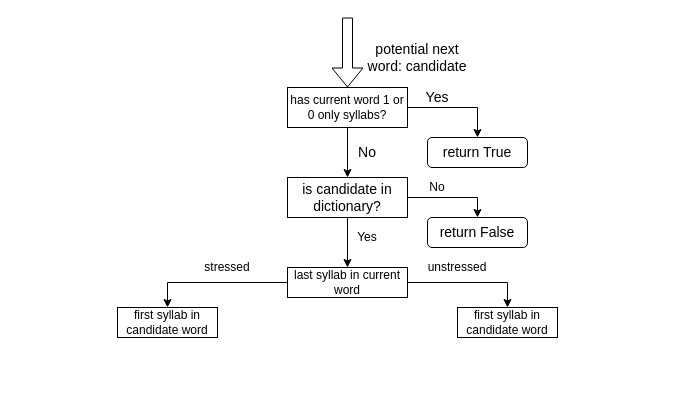
This is rhyme func diagram.drawio from Vantral/Stikhi-pirogi, a draw.io file, before an edit. Source tidied: cells renumbered, new cells numbered last; positions are measured from the earlier drawing's top-left corner, leaving out a move shared by most shapes. Both pictures are drawn from the tidied source at 100%, with x=0, y=0 at pixel (117, 17).
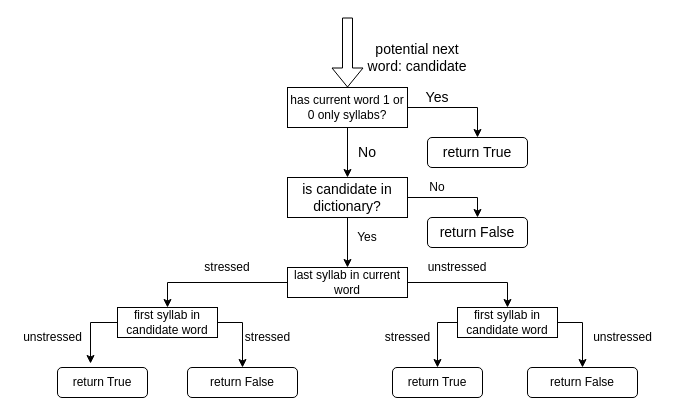
After the change.

Unchanged cells that the change refers to:
```xml
<mxCell id="20" value="first syllab in candidate word" style="rounded=0;whiteSpace=wrap;html=1;" parent="1" vertex="1">
  <mxGeometry y="290" width="100" height="30" as="geometry" />
</mxCell>
<mxCell id="22" value="first syllab in candidate word" style="rounded=0;whiteSpace=wrap;html=1;" parent="1" vertex="1">
  <mxGeometry x="340" y="290" width="100" height="30" as="geometry" />
</mxCell>
```

What changed in the source:
```diff
@@
+    <mxCell id="24" style="edgeStyle=orthogonalEdgeStyle;rounded=0;jettySize=auto;html=1;exitX=0;exitY=0.5;exitDx=0;exitDy=0;entryX=0.367;entryY=-0.133;entryDx=0;entryDy=0;entryPerimeter=0;" parent="1" edge="1" source="20" target="28">
+      <mxGeometry relative="1" as="geometry" />
+    </mxCell>
+    <mxCell id="25" style="edgeStyle=orthogonalEdgeStyle;rounded=0;jettySize=auto;html=1;exitX=1;exitY=0.5;exitDx=0;exitDy=0;entryX=0.5;entryY=0;entryDx=0;entryDy=0;" parent="1" edge="1" source="20" target="29">
+      <mxGeometry relative="1" as="geometry" />
+    </mxCell>
@@
+    <mxCell id="26" style="edgeStyle=orthogonalEdgeStyle;rounded=0;jettySize=auto;html=1;exitX=0;exitY=0.5;exitDx=0;exitDy=0;entryX=0.5;entryY=0;entryDx=0;entryDy=0;" parent="1" edge="1" source="22" target="32">
+      <mxGeometry relative="1" as="geometry" />
+    </mxCell>
+    <mxCell id="27" style="edgeStyle=orthogonalEdgeStyle;rounded=0;jettySize=auto;html=1;exitX=1;exitY=0.5;exitDx=0;exitDy=0;entryX=0.5;entryY=0;entryDx=0;entryDy=0;" parent="1" edge="1" source="22" target="33">
+      <mxGeometry relative="1" as="geometry" />
+    </mxCell>
@@
+    <mxCell id="28" value="return True" style="rounded=1;whiteSpace=wrap;html=1;" parent="1" vertex="1">
+      <mxGeometry x="-60" y="350" width="90" height="30" as="geometry" />
+    </mxCell>
+    <mxCell id="29" value="return False" style="rounded=1;whiteSpace=wrap;html=1;" parent="1" vertex="1">
+      <mxGeometry x="70" y="350" width="110" height="30" as="geometry" />
+    </mxCell>
+    <mxCell id="30" value="stressed" style="text;html=1;align=center;verticalAlign=middle;" parent="1" vertex="1">
+      <mxGeometry x="120" y="310" width="60" height="20" as="geometry" />
+    </mxCell>
+    <mxCell id="31" value="unstressed" style="text;html=1;align=center;verticalAlign=middle;" parent="1" vertex="1">
+      <mxGeometry x="-100" y="310" width="70" height="20" as="geometry" />
+    </mxCell>
+    <mxCell id="32" value="return True" style="rounded=1;whiteSpace=wrap;html=1;" parent="1" vertex="1">
+      <mxGeometry x="275" y="350" width="90" height="30" as="geometry" />
+    </mxCell>
+    <mxCell id="33" value="return False" style="rounded=1;whiteSpace=wrap;html=1;" parent="1" vertex="1">
+      <mxGeometry x="410" y="350" width="110" height="30" as="geometry" />
+    </mxCell>
+    <mxCell id="34" value="stressed" style="text;html=1;align=center;verticalAlign=middle;" parent="1" vertex="1">
+      <mxGeometry x="260" y="310" width="60" height="20" as="geometry" />
+    </mxCell>
+    <mxCell id="35" value="unstressed" style="text;html=1;align=center;verticalAlign=middle;" parent="1" vertex="1">
+      <mxGeometry x="470" y="310" width="70" height="20" as="geometry" />
+    </mxCell>
```
